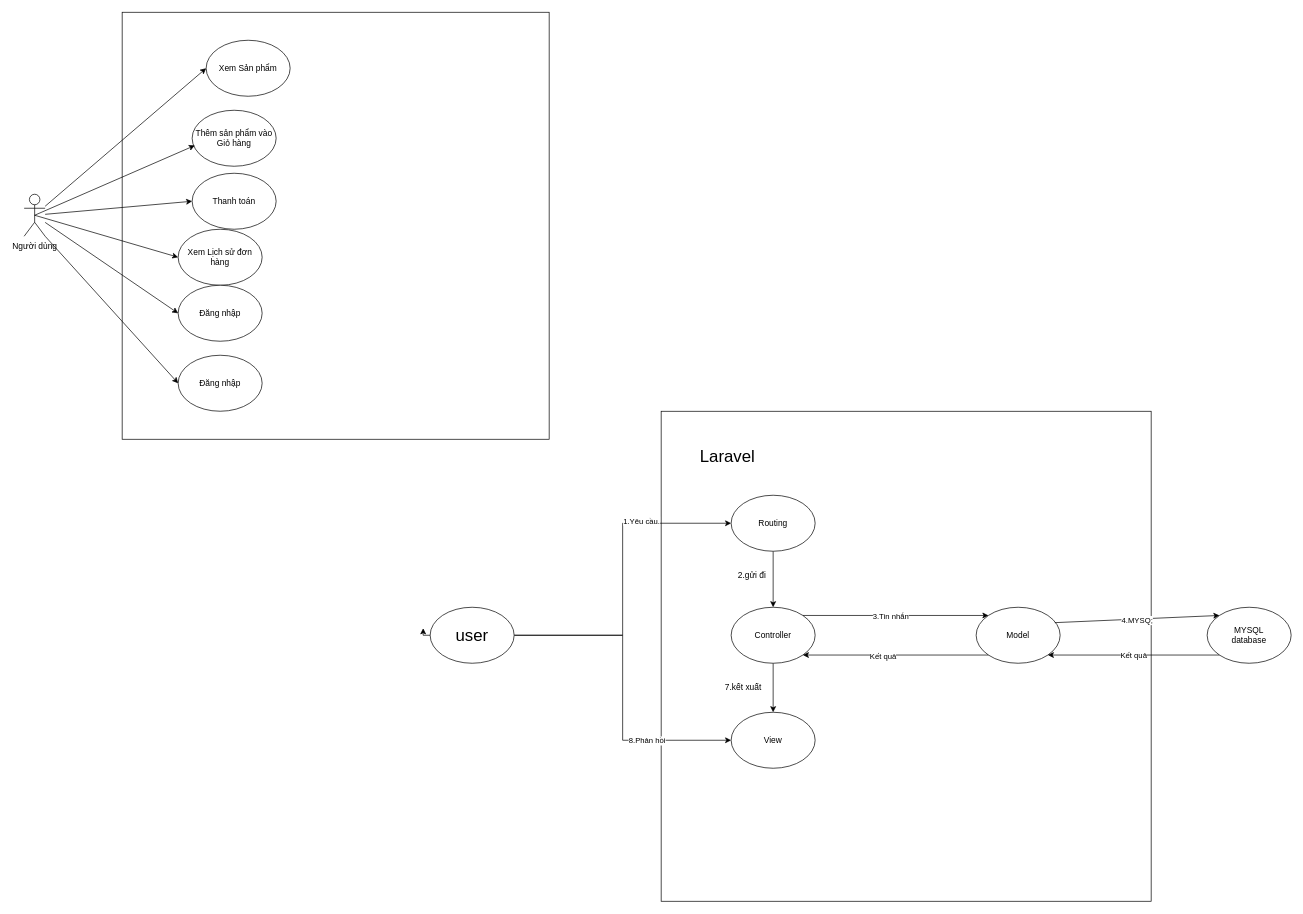
beovan/WEB2041_DuAnMau keeps this draw.io diagram as Untitled Diagram.drawio. Above is the earlier version. Source tidied: cells renumbered, new cells numbered last; positions are measured from the earlier drawing's top-left corner, leaving out a move shared by most shapes. Both pictures are drawn from the tidied source at 70%, with x=0, y=0 at pixel (24, 12).
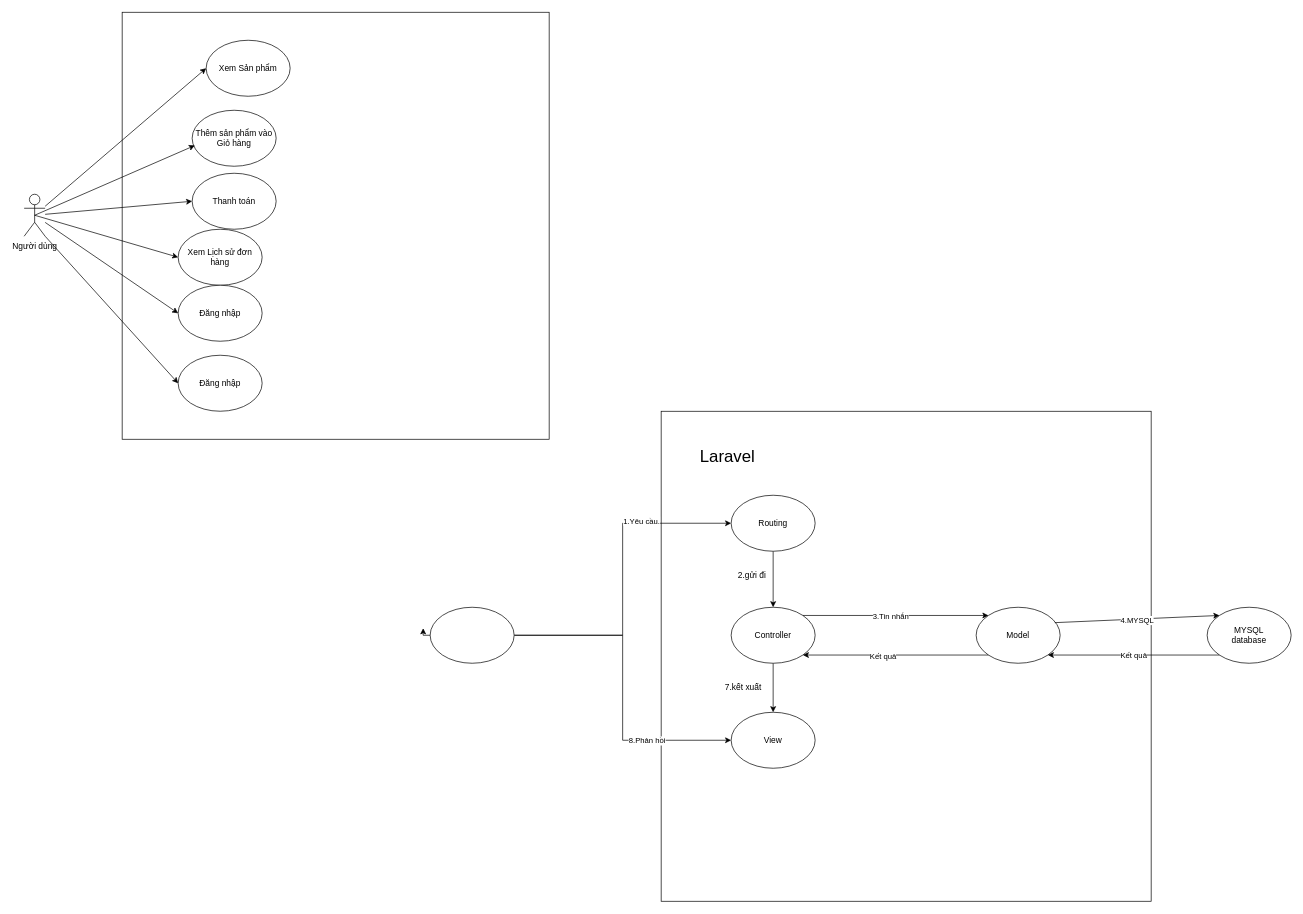
The same diagram, later.

The change refers to these unchanged cells:
```xml
<mxCell id="27" style="endArrow=classic;html=1;rounded=0;exitX=0.937;exitY=0.275;exitDx=0;exitDy=0;exitPerimeter=0;entryX=0;entryY=0;entryDx=0;entryDy=0;" parent="1" edge="1" source="21" target="22">
  <mxGeometry relative="1" as="geometry" />
</mxCell>
```

What changed in the source:
```diff
@@
-    <mxCell id="15" value="&lt;font style=&quot;font-size: 24px;&quot;&gt;user&lt;/font&gt;" style="ellipse;whiteSpace=wrap;html=1;" parent="1" vertex="1">
+    <mxCell id="15" value="&lt;span style=&quot;font-size: 24px;&quot;&gt;&amp;nbsp;&lt;/span&gt;" style="ellipse;whiteSpace=wrap;html=1;" parent="1" vertex="1">
       <mxGeometry x="580" y="850" width="120" height="80" as="geometry" />
     </mxCell>
@@
-    <mxCell id="28" value="4.MYSQ;" style="edgeLabel;html=1;align=center;verticalAlign=middle;" parent="27" vertex="1">
+    <mxCell id="28" value="4.MYSQL" style="edgeLabel;html=1;align=center;verticalAlign=middle;" parent="27" vertex="1">
       <mxGeometry x="-0.01" y="-2" relative="1" as="geometry" />
     </mxCell>
```
